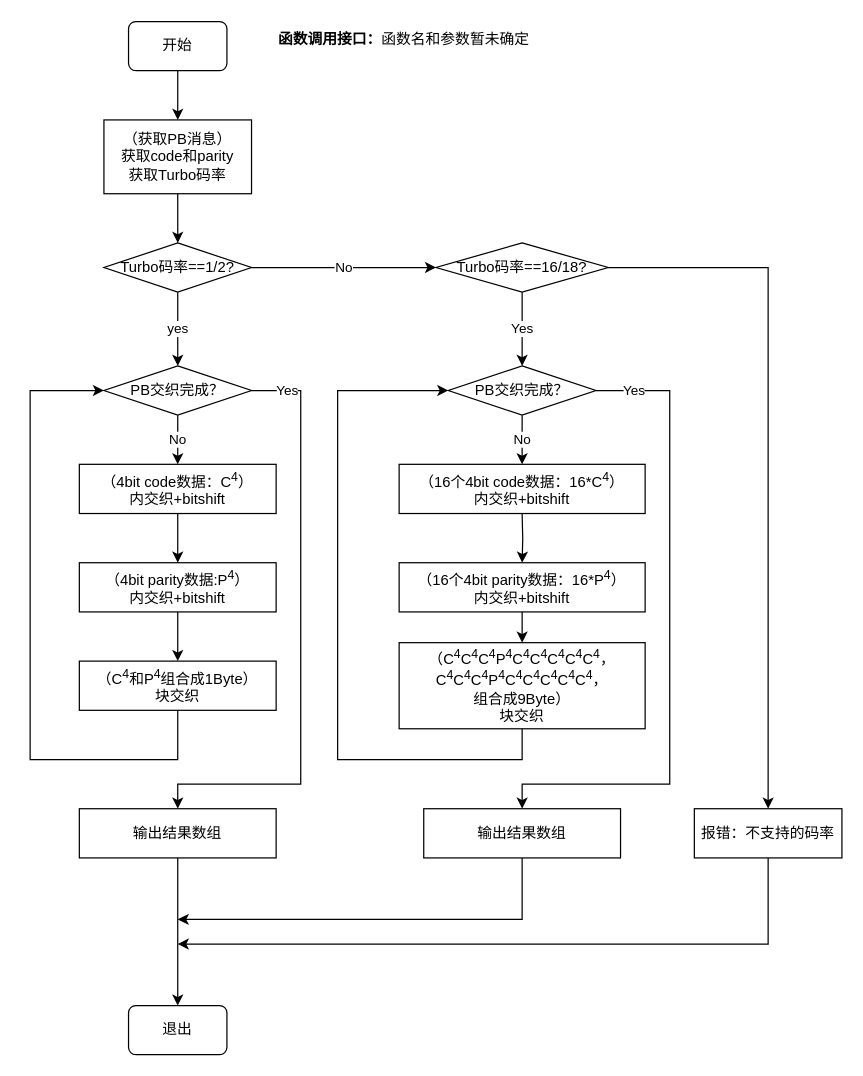
Above: page "InterLeave" (2 of 3) of HPLC物理层结构框图.drawio in wa-kakalala/PLCProject (draw.io), before the change. Source tidied: cells renumbered, new cells numbered last; positions are measured from the earlier drawing's top-left corner, leaving out a move shared by most shapes. Both pictures are drawn from the tidied source at 123%, with x=0, y=0 at pixel (30, 21).
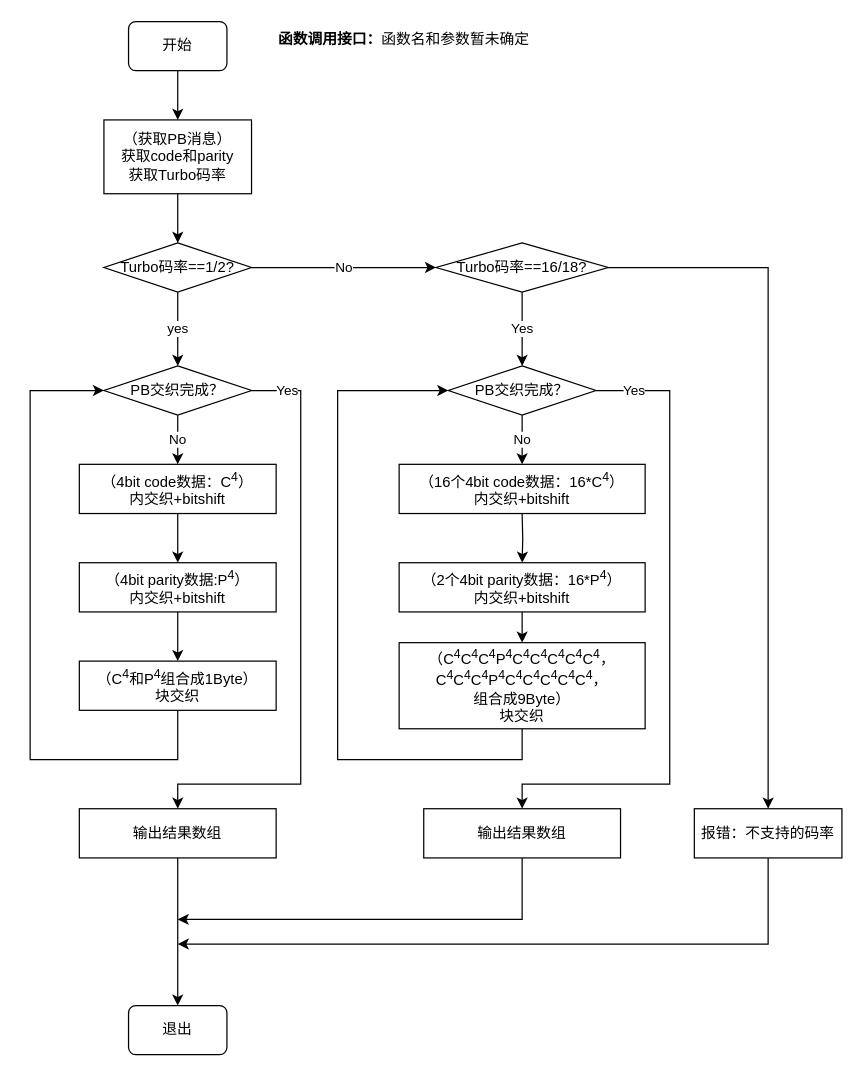
Above is the later version.

Commit message:
修正page: InterLeave的错误部分

Change to the diagram source:
```diff
@@
-    <mxCell id="29" value="（16个4bit parity数据：16*P&lt;sup&gt;4&lt;/sup&gt;）&lt;br&gt;内交织+bitshift" style="rounded=0;whiteSpace=wrap;html=1;" parent="1" vertex="1">
+    <mxCell id="29" value="（2个4bit parity数据：16*P&lt;sup&gt;4&lt;/sup&gt;）&lt;br&gt;内交织+bitshift" style="rounded=0;whiteSpace=wrap;html=1;" parent="1" vertex="1">
       <mxGeometry x="300" y="440" width="200" height="40" as="geometry" />
     </mxCell>
```
